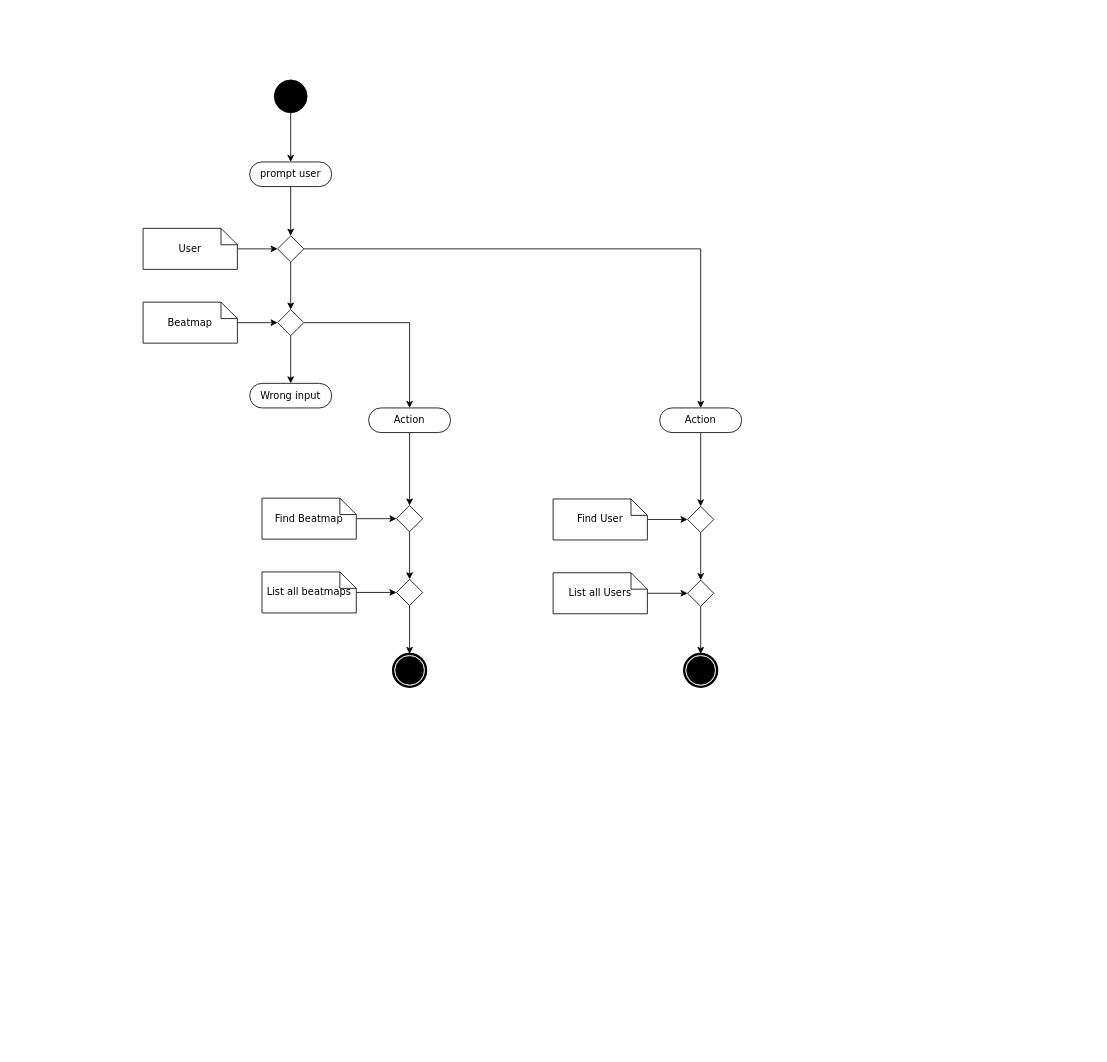
mimasala/M320_Java_Objektorientiert keeps this draw.io diagram as Untitled Diagram.drawio. Above is the earlier version. Source tidied: cells renumbered, new cells numbered last; positions are measured from the earlier drawing's top-left corner, leaving out a move shared by most shapes. Both pictures are drawn from the tidied source at 82%, with x=0, y=0 at pixel (143, 80).
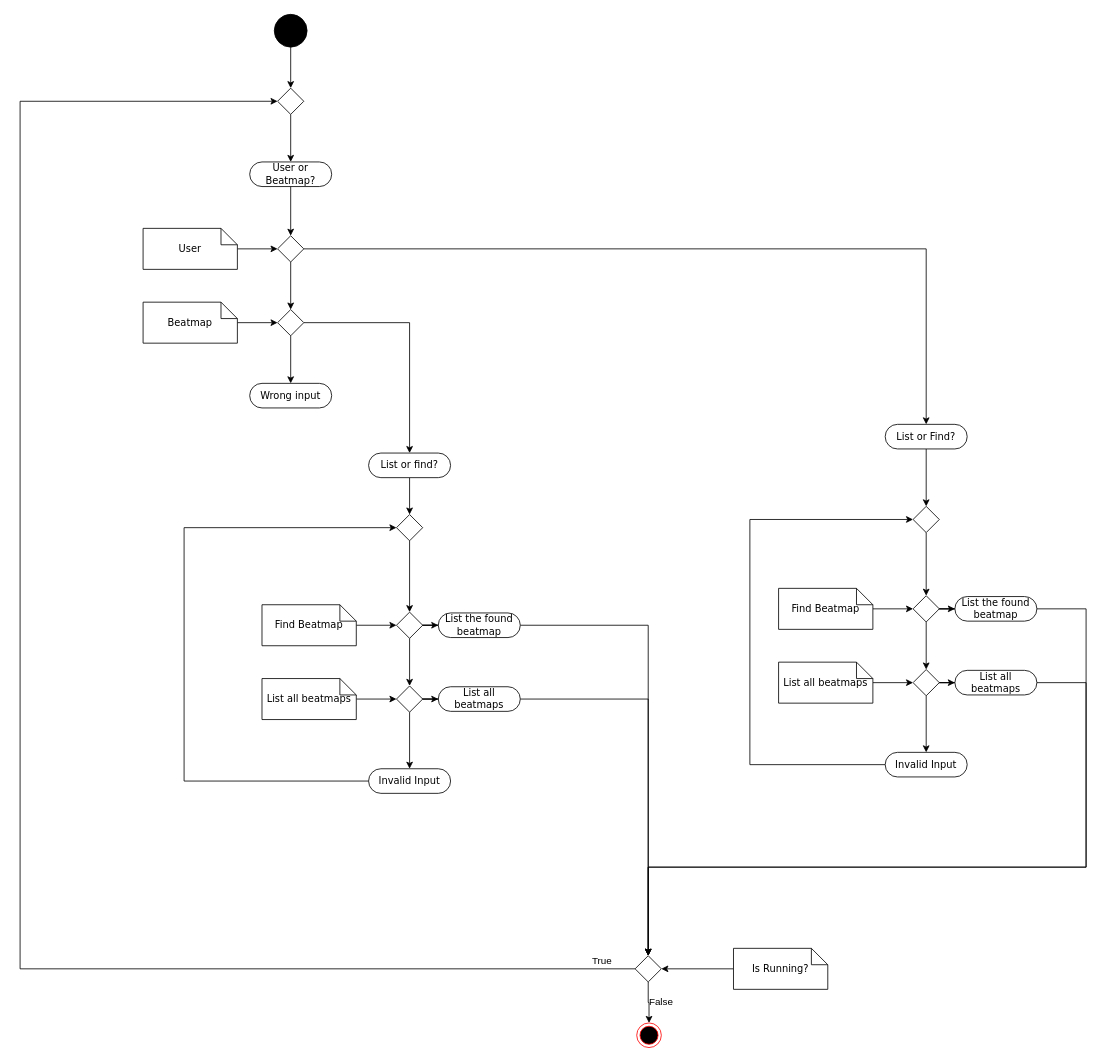
The same page after the edit.

The change refers to these unchanged cells:
```xml
<mxCell id="8" style="rhombus;whiteSpace=wrap;html=1;" parent="1" vertex="1">
  <mxGeometry x="164" y="190" width="32" height="32" as="geometry" />
</mxCell>
```

What changed in the source:
```diff
@@
-    <mxCell id="2" style="edgeStyle=orthogonalEdgeStyle;rounded=0;jettySize=auto;html=1;" parent="1" edge="1" source="3" target="5">
-      <mxGeometry relative="1" as="geometry" />
-    </mxCell>
+    <mxCell id="39" style="edgeStyle=orthogonalEdgeStyle;rounded=0;jettySize=auto;html=1;" parent="1" edge="1" source="3" target="72">
+      <mxGeometry relative="1" as="geometry" />
+    </mxCell>
     <mxCell id="3" style="ellipse;whiteSpace=wrap;html=1;rounded=0;shadow=0;comic=0;labelBackgroundColor=none;strokeWidth=1;fillColor=#000000;fontFamily=Verdana;fontSize=12;align=center;" parent="1" vertex="1">
-      <mxGeometry x="160" width="40" height="40" as="geometry" />
+      <mxGeometry x="160" y="-80" width="40" height="40" as="geometry" />
     </mxCell>
@@
-    <mxCell id="5" value="prompt user" style="rounded=1;whiteSpace=wrap;html=1;shadow=0;comic=0;labelBackgroundColor=none;strokeWidth=1;fontFamily=Verdana;fontSize=12;align=center;arcSize=50;" parent="1" vertex="1">
+    <mxCell id="5" value="User or Beatmap?" style="rounded=1;whiteSpace=wrap;html=1;shadow=0;comic=0;labelBackgroundColor=none;strokeWidth=1;fontFamily=Verdana;fontSize=12;align=center;arcSize=50;" parent="1" vertex="1">
       <mxGeometry x="130" y="100" width="100" height="30" as="geometry" />
     </mxCell>
@@
-    <mxCell id="7" style="edgeStyle=orthogonalEdgeStyle;rounded=0;jettySize=auto;html=1;entryX=0.5;entryY=0;entryDx=0;entryDy=0;" parent="1" edge="1" source="8" target="20">
-      <mxGeometry relative="1" as="geometry" />
-    </mxCell>
+    <mxCell id="40" style="edgeStyle=orthogonalEdgeStyle;rounded=0;jettySize=auto;html=1;entryX=0.5;entryY=0;entryDx=0;entryDy=0;" parent="1" edge="1" source="8" target="54">
+      <mxGeometry relative="1" as="geometry" />
+    </mxCell>
@@
-    <mxCell id="17" style="edgeStyle=orthogonalEdgeStyle;rounded=0;jettySize=auto;html=1;" parent="1" edge="1" source="18" target="22">
-      <mxGeometry relative="1" as="geometry" />
-    </mxCell>
+    <mxCell id="41" style="edgeStyle=orthogonalEdgeStyle;rounded=0;jettySize=auto;html=1;" parent="1" edge="1" source="18" target="79">
+      <mxGeometry relative="1" as="geometry" />
+    </mxCell>
-    <mxCell id="18" value="Action" style="rounded=1;whiteSpace=wrap;html=1;shadow=0;comic=0;labelBackgroundColor=none;strokeWidth=1;fontFamily=Verdana;fontSize=12;align=center;arcSize=50;" parent="1" vertex="1">
-      <mxGeometry x="275" y="400" width="100" height="30" as="geometry" />
+    <mxCell id="18" value="List or find?" style="rounded=1;whiteSpace=wrap;html=1;shadow=0;comic=0;labelBackgroundColor=none;strokeWidth=1;fontFamily=Verdana;fontSize=12;align=center;arcSize=50;" parent="1" vertex="1">
+      <mxGeometry x="275" y="455" width="100" height="30" as="geometry" />
     </mxCell>
-    <mxCell id="19" style="edgeStyle=orthogonalEdgeStyle;rounded=0;jettySize=auto;html=1;" parent="1" edge="1" source="20" target="30">
-      <mxGeometry relative="1" as="geometry" />
-    </mxCell>
-    <mxCell id="20" value="Action" style="rounded=1;whiteSpace=wrap;html=1;shadow=0;comic=0;labelBackgroundColor=none;strokeWidth=1;fontFamily=Verdana;fontSize=12;align=center;arcSize=50;" parent="1" vertex="1">
-      <mxGeometry x="630" y="400" width="100" height="30" as="geometry" />
-    </mxCell>
@@
+    <mxCell id="42" style="edgeStyle=orthogonalEdgeStyle;rounded=0;jettySize=auto;html=1;" parent="1" edge="1" source="22" target="45">
+      <mxGeometry relative="1" as="geometry" />
+    </mxCell>
     <mxCell id="22" style="rhombus;whiteSpace=wrap;html=1;" parent="1" vertex="1">
-      <mxGeometry x="309" y="519" width="32" height="32" as="geometry" />
+      <mxGeometry x="309" y="649" width="32" height="32" as="geometry" />
     </mxCell>
-    <mxCell id="23" style="edgeStyle=orthogonalEdgeStyle;rounded=0;jettySize=auto;html=1;" parent="1" edge="1" source="24" target="38">
+    <mxCell id="23" style="edgeStyle=orthogonalEdgeStyle;rounded=0;jettySize=auto;html=1;entryX=0.5;entryY=0;entryDx=0;entryDy=0;" parent="1" edge="1" source="24" target="49">
       <mxGeometry relative="1" as="geometry" />
     </mxCell>
+    <mxCell id="43" style="edgeStyle=orthogonalEdgeStyle;rounded=0;jettySize=auto;html=1;" parent="1" edge="1" source="24" target="47">
+      <mxGeometry relative="1" as="geometry" />
+    </mxCell>
     <mxCell id="24" style="rhombus;whiteSpace=wrap;html=1;" parent="1" vertex="1">
-      <mxGeometry x="309" y="609" width="32" height="32" as="geometry" />
+      <mxGeometry x="309" y="739" width="32" height="32" as="geometry" />
     </mxCell>
@@
     <mxCell id="26" value="Find Beatmap" style="shape=note;whiteSpace=wrap;html=1;rounded=0;shadow=0;comic=0;labelBackgroundColor=none;strokeWidth=1;fontFamily=Verdana;fontSize=12;align=center;size=20;" parent="1" vertex="1">
-      <mxGeometry x="145" y="510" width="115" height="50" as="geometry" />
+      <mxGeometry x="145" y="640" width="115" height="50" as="geometry" />
     </mxCell>
@@
     <mxCell id="28" value="List all beatmaps" style="shape=note;whiteSpace=wrap;html=1;rounded=0;shadow=0;comic=0;labelBackgroundColor=none;strokeWidth=1;fontFamily=Verdana;fontSize=12;align=center;size=20;" parent="1" vertex="1">
-      <mxGeometry x="145" y="600" width="115" height="50" as="geometry" />
+      <mxGeometry x="145" y="730" width="115" height="50" as="geometry" />
     </mxCell>
-    <mxCell id="29" style="edgeStyle=orthogonalEdgeStyle;rounded=0;jettySize=auto;html=1;" parent="1" edge="1" source="30" target="32">
-      <mxGeometry relative="1" as="geometry" />
-    </mxCell>
-    <mxCell id="30" style="rhombus;whiteSpace=wrap;html=1;" parent="1" vertex="1">
-      <mxGeometry x="664" y="520" width="32" height="32" as="geometry" />
-    </mxCell>
-    <mxCell id="31" style="edgeStyle=orthogonalEdgeStyle;rounded=0;jettySize=auto;html=1;" parent="1" edge="1" source="32" target="37">
-      <mxGeometry relative="1" as="geometry" />
-    </mxCell>
-    <mxCell id="32" style="rhombus;whiteSpace=wrap;html=1;" parent="1" vertex="1">
-      <mxGeometry x="664" y="610" width="32" height="32" as="geometry" />
-    </mxCell>
-    <mxCell id="33" style="edgeStyle=orthogonalEdgeStyle;rounded=0;jettySize=auto;html=1;" parent="1" edge="1" source="34" target="30">
-      <mxGeometry relative="1" as="geometry" />
-    </mxCell>
-    <mxCell id="34" value="Find User" style="shape=note;whiteSpace=wrap;html=1;rounded=0;shadow=0;comic=0;labelBackgroundColor=none;strokeWidth=1;fontFamily=Verdana;fontSize=12;align=center;size=20;" parent="1" vertex="1">
-      <mxGeometry x="500" y="511" width="115" height="50" as="geometry" />
-    </mxCell>
-    <mxCell id="35" style="edgeStyle=orthogonalEdgeStyle;rounded=0;jettySize=auto;html=1;" parent="1" edge="1" source="36" target="32">
-      <mxGeometry relative="1" as="geometry" />
-    </mxCell>
-    <mxCell id="36" value="List all Users" style="shape=note;whiteSpace=wrap;html=1;rounded=0;shadow=0;comic=0;labelBackgroundColor=none;strokeWidth=1;fontFamily=Verdana;fontSize=12;align=center;size=20;" parent="1" vertex="1">
-      <mxGeometry x="500" y="601" width="115" height="50" as="geometry" />
-    </mxCell>
-    <mxCell id="37" style="shape=mxgraph.bpmn.shape;html=1;verticalLabelPosition=bottom;labelBackgroundColor=#ffffff;verticalAlign=top;perimeter=ellipsePerimeter;outline=end;symbol=terminate;rounded=0;shadow=0;comic=0;strokeWidth=1;fontFamily=Verdana;fontSize=12;align=center;" parent="1" vertex="1">
-      <mxGeometry x="660" y="700" width="40" height="40" as="geometry" />
-    </mxCell>
-    <mxCell id="38" style="shape=mxgraph.bpmn.shape;html=1;verticalLabelPosition=bottom;labelBackgroundColor=#ffffff;verticalAlign=top;perimeter=ellipsePerimeter;outline=end;symbol=terminate;rounded=0;shadow=0;comic=0;strokeWidth=1;fontFamily=Verdana;fontSize=12;align=center;" parent="1" vertex="1">
-      <mxGeometry x="305" y="700" width="40" height="40" as="geometry" />
-    </mxCell>
+    <mxCell id="44" style="edgeStyle=orthogonalEdgeStyle;rounded=0;jettySize=auto;html=1;entryX=0.5;entryY=0;entryDx=0;entryDy=0;" parent="1" edge="1" source="45" target="52">
+      <mxGeometry relative="1" as="geometry" />
+    </mxCell>
+    <mxCell id="45" value="List the found beatmap" style="rounded=1;whiteSpace=wrap;html=1;shadow=0;comic=0;labelBackgroundColor=none;strokeWidth=1;fontFamily=Verdana;fontSize=12;align=center;arcSize=50;" parent="1" vertex="1">
+      <mxGeometry x="360" y="650" width="100" height="30" as="geometry" />
+    </mxCell>
+    <mxCell id="46" style="edgeStyle=orthogonalEdgeStyle;rounded=0;jettySize=auto;html=1;entryX=0.5;entryY=0;entryDx=0;entryDy=0;" parent="1" edge="1" source="47" target="52">
+      <mxGeometry relative="1" as="geometry" />
+    </mxCell>
+    <mxCell id="47" value="List all beatmaps" style="rounded=1;whiteSpace=wrap;html=1;shadow=0;comic=0;labelBackgroundColor=none;strokeWidth=1;fontFamily=Verdana;fontSize=12;align=center;arcSize=50;" parent="1" vertex="1">
+      <mxGeometry x="360" y="740" width="100" height="30" as="geometry" />
+    </mxCell>
+    <mxCell id="48" style="edgeStyle=orthogonalEdgeStyle;rounded=0;jettySize=auto;html=1;entryX=0;entryY=0.5;entryDx=0;entryDy=0;" parent="1" edge="1" source="49" target="79">
+      <mxGeometry relative="1" as="geometry">
+        <Array as="points">
+          <mxPoint x="50" y="855" />
+          <mxPoint x="50" y="546" />
+        </Array>
+      </mxGeometry>
+    </mxCell>
+    <mxCell id="49" value="Invalid Input" style="rounded=1;whiteSpace=wrap;html=1;shadow=0;comic=0;labelBackgroundColor=none;strokeWidth=1;fontFamily=Verdana;fontSize=12;align=center;arcSize=50;" parent="1" vertex="1">
+      <mxGeometry x="275" y="840" width="100" height="30" as="geometry" />
+    </mxCell>
+    <mxCell id="50" style="edgeStyle=orthogonalEdgeStyle;rounded=0;jettySize=auto;html=1;entryX=0;entryY=0.5;entryDx=0;entryDy=0;" parent="1" edge="1" source="52" target="72">
+      <mxGeometry relative="1" as="geometry">
+        <Array as="points">
+          <mxPoint x="-150" y="1084" />
+          <mxPoint x="-150" y="26" />
+        </Array>
+      </mxGeometry>
+    </mxCell>
+    <mxCell id="51" style="edgeStyle=orthogonalEdgeStyle;rounded=0;jettySize=auto;html=1;" parent="1" edge="1" source="52" target="77">
+      <mxGeometry relative="1" as="geometry" />
+    </mxCell>
+    <mxCell id="52" style="rhombus;whiteSpace=wrap;html=1;" parent="1" vertex="1">
+      <mxGeometry x="600" y="1068" width="32" height="32" as="geometry" />
+    </mxCell>
+    <mxCell id="53" style="edgeStyle=orthogonalEdgeStyle;rounded=0;jettySize=auto;html=1;" parent="1" edge="1" source="54" target="81">
+      <mxGeometry relative="1" as="geometry" />
+    </mxCell>
+    <mxCell id="54" value="List or Find?" style="rounded=1;whiteSpace=wrap;html=1;shadow=0;comic=0;labelBackgroundColor=none;strokeWidth=1;fontFamily=Verdana;fontSize=12;align=center;arcSize=50;" parent="1" vertex="1">
+      <mxGeometry x="905" y="420" width="100" height="30" as="geometry" />
+    </mxCell>
+    <mxCell id="55" style="edgeStyle=orthogonalEdgeStyle;rounded=0;jettySize=auto;html=1;" parent="1" edge="1" source="57" target="60">
+      <mxGeometry relative="1" as="geometry" />
+    </mxCell>
+    <mxCell id="56" style="edgeStyle=orthogonalEdgeStyle;rounded=0;jettySize=auto;html=1;" parent="1" edge="1" source="57" target="66">
+      <mxGeometry relative="1" as="geometry" />
+    </mxCell>
+    <mxCell id="57" style="rhombus;whiteSpace=wrap;html=1;" parent="1" vertex="1">
+      <mxGeometry x="939" y="629" width="32" height="32" as="geometry" />
+    </mxCell>
+    <mxCell id="58" style="edgeStyle=orthogonalEdgeStyle;rounded=0;jettySize=auto;html=1;entryX=0.5;entryY=0;entryDx=0;entryDy=0;" parent="1" edge="1" source="60" target="70">
+      <mxGeometry relative="1" as="geometry" />
+    </mxCell>
+    <mxCell id="59" style="edgeStyle=orthogonalEdgeStyle;rounded=0;jettySize=auto;html=1;" parent="1" edge="1" source="60" target="68">
+      <mxGeometry relative="1" as="geometry" />
+    </mxCell>
+    <mxCell id="60" style="rhombus;whiteSpace=wrap;html=1;" parent="1" vertex="1">
+      <mxGeometry x="939" y="719" width="32" height="32" as="geometry" />
+    </mxCell>
+    <mxCell id="61" style="edgeStyle=orthogonalEdgeStyle;rounded=0;jettySize=auto;html=1;" parent="1" edge="1" source="62" target="57">
+      <mxGeometry relative="1" as="geometry" />
+    </mxCell>
+    <mxCell id="62" value="Find Beatmap" style="shape=note;whiteSpace=wrap;html=1;rounded=0;shadow=0;comic=0;labelBackgroundColor=none;strokeWidth=1;fontFamily=Verdana;fontSize=12;align=center;size=20;" parent="1" vertex="1">
+      <mxGeometry x="775" y="620" width="115" height="50" as="geometry" />
+    </mxCell>
+    <mxCell id="63" style="edgeStyle=orthogonalEdgeStyle;rounded=0;jettySize=auto;html=1;" parent="1" edge="1" source="64" target="60">
+      <mxGeometry relative="1" as="geometry" />
+    </mxCell>
+    <mxCell id="64" value="List all beatmaps" style="shape=note;whiteSpace=wrap;html=1;rounded=0;shadow=0;comic=0;labelBackgroundColor=none;strokeWidth=1;fontFamily=Verdana;fontSize=12;align=center;size=20;" parent="1" vertex="1">
+      <mxGeometry x="775" y="710" width="115" height="50" as="geometry" />
+    </mxCell>
+    <mxCell id="65" style="edgeStyle=orthogonalEdgeStyle;rounded=0;jettySize=auto;html=1;entryX=0.5;entryY=0;entryDx=0;entryDy=0;" parent="1" edge="1" source="66" target="52">
+      <mxGeometry relative="1" as="geometry">
+        <Array as="points">
+          <mxPoint x="1150" y="645" />
+          <mxPoint x="1150" y="960" />
+          <mxPoint x="616" y="960" />
+        </Array>
+      </mxGeometry>
+    </mxCell>
+    <mxCell id="66" value="List the found beatmap" style="rounded=1;whiteSpace=wrap;html=1;shadow=0;comic=0;labelBackgroundColor=none;strokeWidth=1;fontFamily=Verdana;fontSize=12;align=center;arcSize=50;" parent="1" vertex="1">
+      <mxGeometry x="990" y="630" width="100" height="30" as="geometry" />
+    </mxCell>
+    <mxCell id="67" style="edgeStyle=orthogonalEdgeStyle;rounded=0;jettySize=auto;html=1;entryX=0.5;entryY=0;entryDx=0;entryDy=0;" parent="1" edge="1" source="68" target="52">
+      <mxGeometry relative="1" as="geometry">
+        <Array as="points">
+          <mxPoint x="1150" y="735" />
+          <mxPoint x="1150" y="960" />
+          <mxPoint x="616" y="960" />
+        </Array>
+      </mxGeometry>
+    </mxCell>
+    <mxCell id="68" value="List all beatmaps" style="rounded=1;whiteSpace=wrap;html=1;shadow=0;comic=0;labelBackgroundColor=none;strokeWidth=1;fontFamily=Verdana;fontSize=12;align=center;arcSize=50;" parent="1" vertex="1">
+      <mxGeometry x="990" y="720" width="100" height="30" as="geometry" />
+    </mxCell>
+    <mxCell id="69" style="edgeStyle=orthogonalEdgeStyle;rounded=0;jettySize=auto;html=1;entryX=0;entryY=0.5;entryDx=0;entryDy=0;" parent="1" edge="1" source="70" target="81">
+      <mxGeometry relative="1" as="geometry">
+        <Array as="points">
+          <mxPoint x="740" y="835" />
+          <mxPoint x="740" y="536" />
+        </Array>
+      </mxGeometry>
+    </mxCell>
+    <mxCell id="70" value="Invalid Input" style="rounded=1;whiteSpace=wrap;html=1;shadow=0;comic=0;labelBackgroundColor=none;strokeWidth=1;fontFamily=Verdana;fontSize=12;align=center;arcSize=50;" parent="1" vertex="1">
+      <mxGeometry x="905" y="820" width="100" height="30" as="geometry" />
+    </mxCell>
+    <mxCell id="71" style="edgeStyle=orthogonalEdgeStyle;rounded=0;jettySize=auto;html=1;" parent="1" edge="1" source="72" target="5">
+      <mxGeometry relative="1" as="geometry" />
+    </mxCell>
+    <mxCell id="72" style="rhombus;whiteSpace=wrap;html=1;" parent="1" vertex="1">
+      <mxGeometry x="164" y="10" width="32" height="32" as="geometry" />
+    </mxCell>
+    <mxCell id="73" style="edgeStyle=orthogonalEdgeStyle;rounded=0;jettySize=auto;html=1;" parent="1" edge="1" source="74" target="52">
+      <mxGeometry relative="1" as="geometry" />
+    </mxCell>
+    <mxCell id="74" value="Is Running?" style="shape=note;whiteSpace=wrap;html=1;rounded=0;shadow=0;comic=0;labelBackgroundColor=none;strokeWidth=1;fontFamily=Verdana;fontSize=12;align=center;size=20;" parent="1" vertex="1">
+      <mxGeometry x="720" y="1059" width="115" height="50" as="geometry" />
+    </mxCell>
+    <mxCell id="75" value="True" style="text;html=1;strokeColor=none;fillColor=none;align=center;verticalAlign=middle;whiteSpace=wrap;rounded=0;" parent="1" vertex="1">
+      <mxGeometry x="530" y="1059" width="60" height="30" as="geometry" />
+    </mxCell>
+    <mxCell id="76" value="False" style="text;html=1;strokeColor=none;fillColor=none;align=center;verticalAlign=middle;whiteSpace=wrap;rounded=0;" parent="1" vertex="1">
+      <mxGeometry x="602" y="1109" width="60" height="30" as="geometry" />
+    </mxCell>
+    <mxCell id="77" style="ellipse;html=1;shape=endState;fillColor=#000000;strokeColor=#ff0000;rounded=1;" parent="1" vertex="1">
+      <mxGeometry x="602" y="1150" width="30" height="30" as="geometry" />
+    </mxCell>
+    <mxCell id="78" style="edgeStyle=orthogonalEdgeStyle;rounded=0;jettySize=auto;html=1;entryX=0.5;entryY=0;entryDx=0;entryDy=0;" parent="1" edge="1" source="79" target="22">
+      <mxGeometry relative="1" as="geometry" />
+    </mxCell>
+    <mxCell id="79" style="rhombus;whiteSpace=wrap;html=1;" parent="1" vertex="1">
+      <mxGeometry x="309" y="530" width="32" height="32" as="geometry" />
+    </mxCell>
+    <mxCell id="80" style="edgeStyle=orthogonalEdgeStyle;rounded=0;jettySize=auto;html=1;entryX=0.5;entryY=0;entryDx=0;entryDy=0;" parent="1" edge="1" source="81" target="57">
+      <mxGeometry relative="1" as="geometry" />
+    </mxCell>
+    <mxCell id="81" style="rhombus;whiteSpace=wrap;html=1;" parent="1" vertex="1">
+      <mxGeometry x="939" y="520" width="32" height="32" as="geometry" />
+    </mxCell>
```
